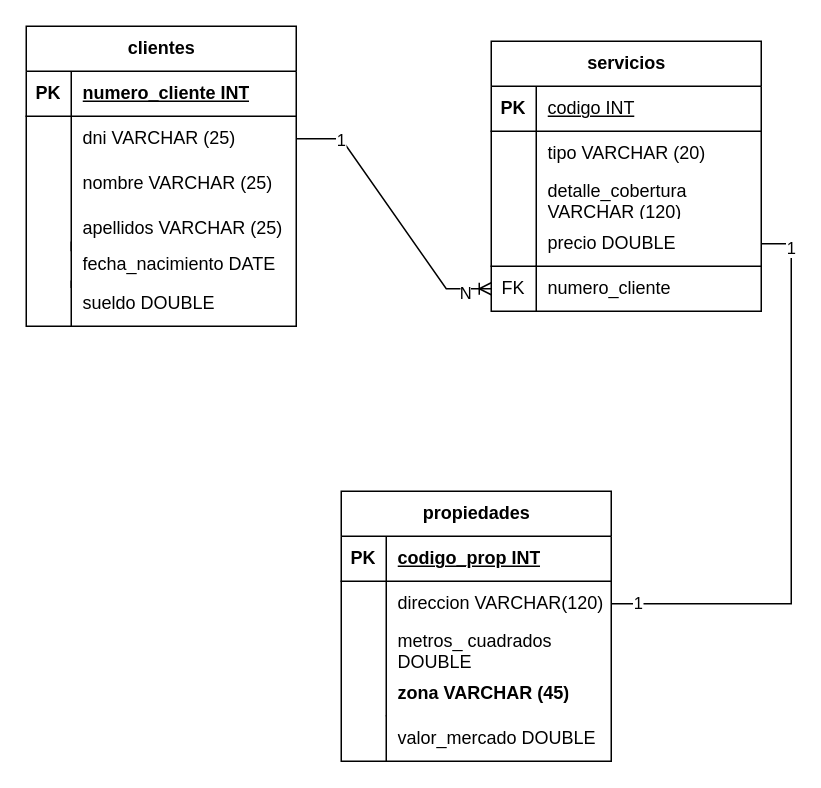
Before: Diagrama sin título.drawio in ZHEYTHAN/prueba_diagramas, a draw.io diagram. Source tidied: cells renumbered, new cells numbered last; positions are measured from the earlier drawing's top-left corner, leaving out a move shared by most shapes. Both pictures are drawn from the tidied source at 150%, with x=0, y=0 at pixel (26, 26).
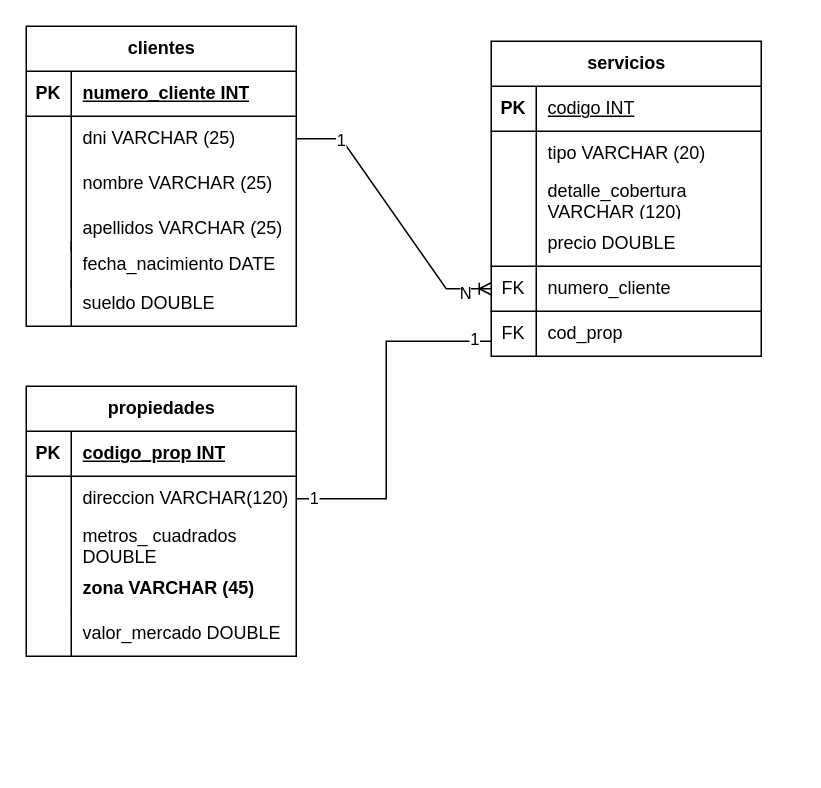
The same diagram, later.

The change refers to these unchanged cells:
```xml
<mxCell id="19" style="shape=tableRow;horizontal=0;startSize=0;swimlaneHead=0;swimlaneBody=0;fillColor=none;points=[[0,0.5],[1,0.5]];portConstraint=eastwest;top=0;left=0;right=0;bottom=0;" parent="15" vertex="1">
  <mxGeometry y="60" width="180" height="30" as="geometry" />
</mxCell>
<mxCell id="38" style="shape=tableRow;horizontal=0;startSize=0;swimlaneHead=0;swimlaneBody=0;fillColor=none;points=[[0,0.5],[1,0.5]];portConstraint=eastwest;top=0;left=0;right=0;bottom=0;" parent="28" vertex="1">
  <mxGeometry y="120" width="180" height="30" as="geometry" />
</mxCell>
```

Change to the diagram source:
```diff
@@
     <mxCell id="15" value="propiedades" style="shape=table;startSize=30;childLayout=tableLayout;rowLines=0;fontStyle=1;align=center;html=1;" parent="1" vertex="1">
-      <mxGeometry x="210" y="310" width="180" height="180" as="geometry" />
+      <mxGeometry y="240" width="180" height="180" as="geometry" />
     </mxCell>
@@
     <mxCell id="28" value="servicios" style="shape=table;startSize=30;childLayout=tableLayout;rowLines=0;fontStyle=1;align=center;html=1;" parent="1" vertex="1">
-      <mxGeometry x="310" y="10" width="180" height="180" as="geometry" />
+      <mxGeometry x="310" y="10" width="180" height="210" as="geometry" />
     </mxCell>
@@
     <mxCell id="45" style="shape=partialRectangle;fillColor=none;top=0;left=0;bottom=0;right=0;overflow=hidden;whiteSpace=wrap;html=1;" parent="1" vertex="1">
-      <mxGeometry x="210" y="460" width="30" height="30" as="geometry" />
+      <mxGeometry y="390" width="30" height="30" as="geometry" />
     </mxCell>
     <mxCell id="46" value="valor_mercado DOUBLE" style="shape=partialRectangle;fillColor=none;top=0;left=1;bottom=0;right=0;align=left;spacingLeft=6;overflow=hidden;whiteSpace=wrap;html=1;" parent="1" vertex="1">
-      <mxGeometry x="240" y="460" width="150" height="30" as="geometry" />
+      <mxGeometry x="30" y="390" width="150" height="30" as="geometry" />
     </mxCell>
@@
-    <mxCell id="50" style="edgeStyle=orthogonalEdgeStyle;rounded=0;jettySize=auto;html=1;exitX=1;exitY=0.5;exitDx=0;exitDy=0;endArrow=none;endFill=0;entryX=1;entryY=0.5;entryDx=0;entryDy=0;" parent="1" edge="1" source="19" target="38">
-      <mxGeometry relative="1" as="geometry" />
+    <mxCell id="50" style="edgeStyle=orthogonalEdgeStyle;rounded=0;jettySize=auto;html=1;exitX=1;exitY=0.5;exitDx=0;exitDy=0;endArrow=none;endFill=0;" parent="1" edge="1" source="19">
+      <mxGeometry relative="1" as="geometry">
+        <mxPoint x="310" y="210" as="targetPoint" />
+        <Array as="points">
+          <mxPoint x="240" y="315" />
+          <mxPoint x="240" y="210" />
+        </Array>
+      </mxGeometry>
     </mxCell>
@@
+    <mxCell id="56" value="FK" style="shape=partialRectangle;fillColor=none;top=1;left=0;bottom=0;right=0;overflow=hidden;whiteSpace=wrap;html=1;" parent="1" vertex="1">
+      <mxGeometry x="310" y="190" width="30" height="30" as="geometry" />
+    </mxCell>
+    <mxCell id="57" value="cod_prop" style="shape=partialRectangle;fillColor=none;top=1;left=1;bottom=0;right=0;align=left;spacingLeft=6;overflow=hidden;whiteSpace=wrap;html=1;" parent="1" vertex="1">
+      <mxGeometry x="340" y="190" width="150" height="30" as="geometry" />
+    </mxCell>
```
